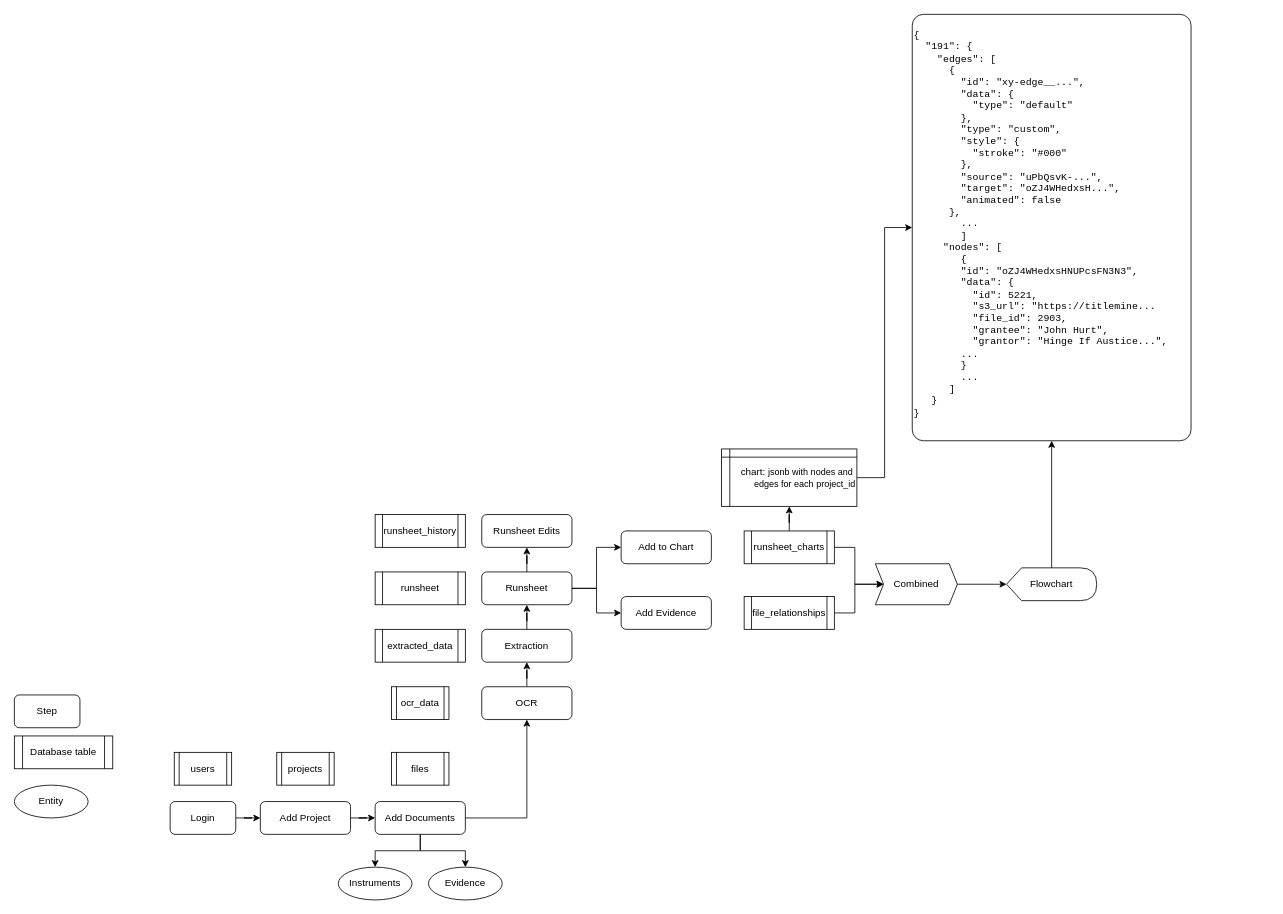
Earlier version of the draw.io diagram page "Page-1" (1 of 2) of TitleMine_Database_1.drawio (prafullx24/drawio_example). Source tidied: cells renumbered, new cells numbered last; positions are measured from the earlier drawing's top-left corner, leaving out a move shared by most shapes. Both pictures are drawn from the tidied source at 82%, with x=0, y=0 at pixel (14, 14).
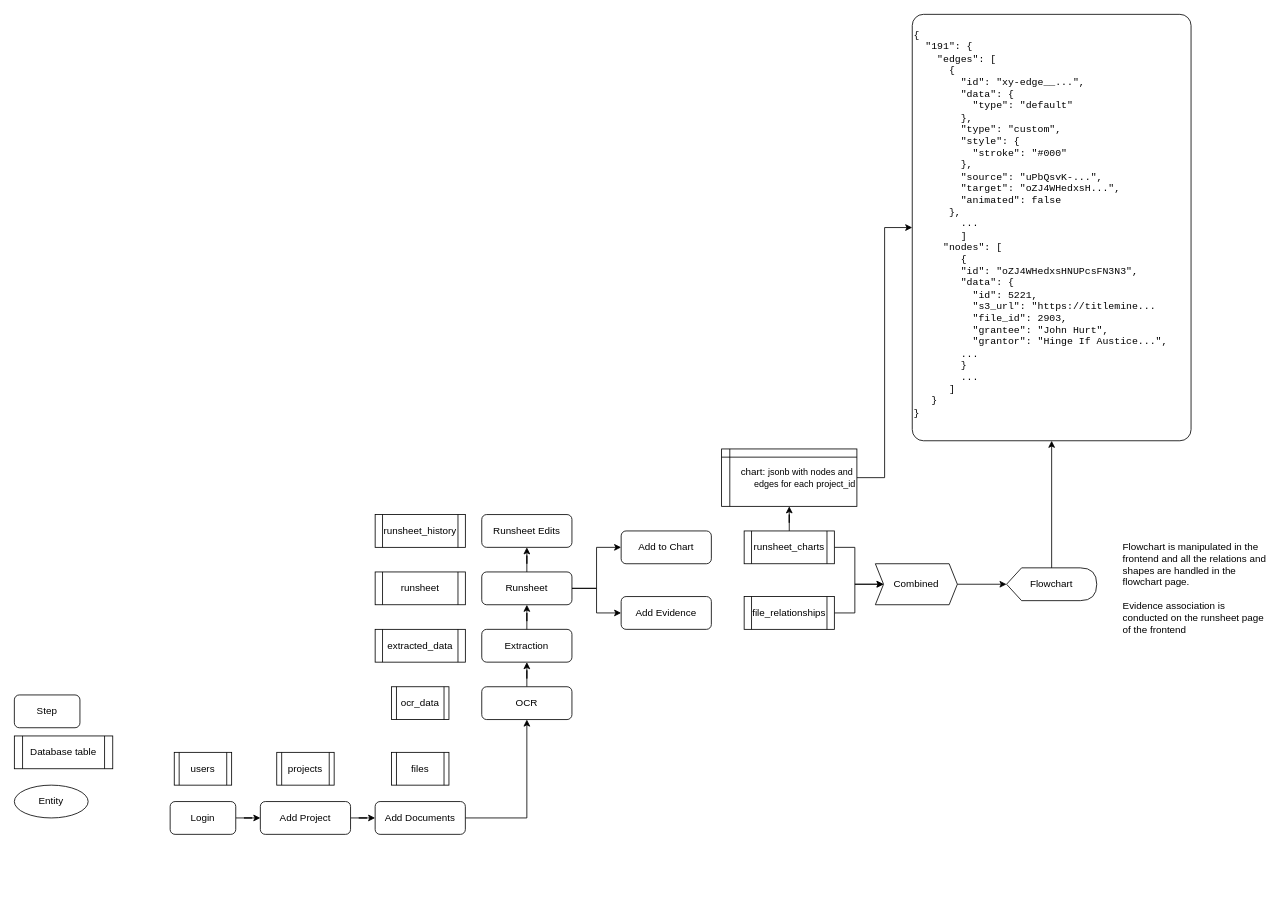
After the change.

Unchanged cells that the change refers to:
```xml
<mxCell id="9" value="Add Documents" style="rounded=1;whiteSpace=wrap;html=1;" parent="1" vertex="1">
  <mxGeometry x="440" y="960" width="110" height="40" as="geometry" />
</mxCell>
```

The edit, as a diff of the source:
```diff
@@
-    <mxCell id="6" style="edgeStyle=orthogonalEdgeStyle;rounded=0;jettySize=auto;html=1;entryX=0.5;entryY=0;entryDx=0;entryDy=0;" parent="1" edge="1" source="9" target="10">
-      <mxGeometry relative="1" as="geometry" />
-    </mxCell>
-    <mxCell id="7" style="edgeStyle=orthogonalEdgeStyle;rounded=0;jettySize=auto;html=1;" parent="1" edge="1" source="9" target="11">
-      <mxGeometry relative="1" as="geometry" />
-    </mxCell>
@@
-    <mxCell id="10" value="Instruments" style="ellipse;whiteSpace=wrap;html=1;" parent="1" vertex="1">
-      <mxGeometry x="395" y="1040" width="90" height="40" as="geometry" />
-    </mxCell>
-    <mxCell id="11" value="Evidence" style="ellipse;whiteSpace=wrap;html=1;" parent="1" vertex="1">
-      <mxGeometry x="505" y="1040" width="90" height="40" as="geometry" />
-    </mxCell>
@@
+    <mxCell id="45" value="&lt;div align=&quot;left&quot;&gt;Flowchart is manipulated in the frontend and all the relations and shapes are handled in the flowchart page. &lt;br&gt;&lt;/div&gt;&lt;div align=&quot;left&quot;&gt;&lt;br&gt;&lt;/div&gt;&lt;div align=&quot;left&quot;&gt;Evidence association is conducted on the runsheet page of the frontend&lt;/div&gt;" style="text;html=1;align=left;verticalAlign=middle;whiteSpace=wrap;rounded=0;" parent="1" vertex="1">
+      <mxGeometry x="1350" y="640" width="180" height="120" as="geometry" />
+    </mxCell>
```
